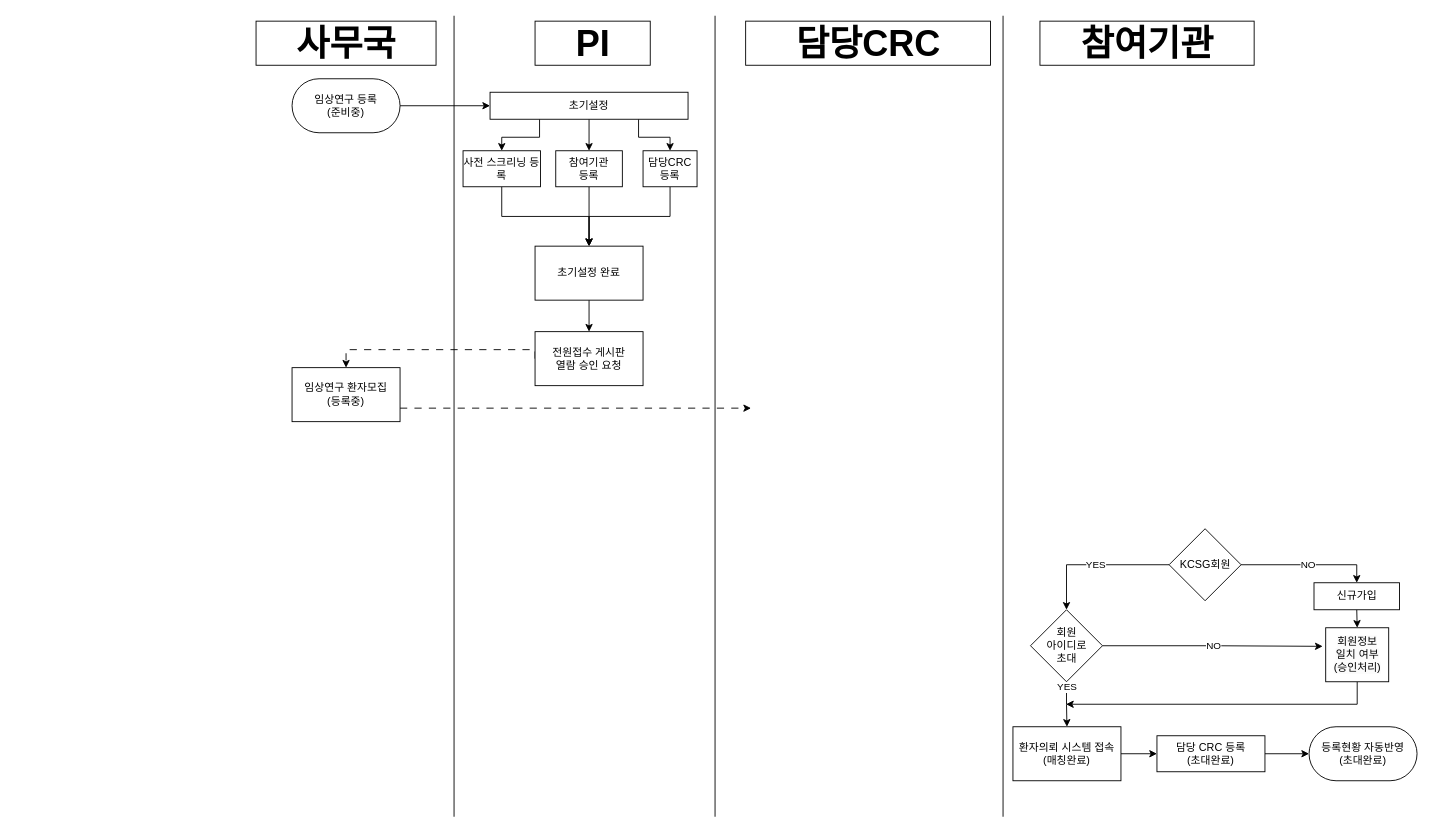
This is page "Process" (1 of 2) of Algo/withSystem.drawio from Mark1237200/Projects, a draw.io file, before an edit. Source tidied: cells renumbered, new cells numbered last; positions are measured from the earlier drawing's top-left corner, leaving out a move shared by most shapes. Both pictures are drawn from the tidied source at 90%, with x=0, y=0 at pixel (292, 15).
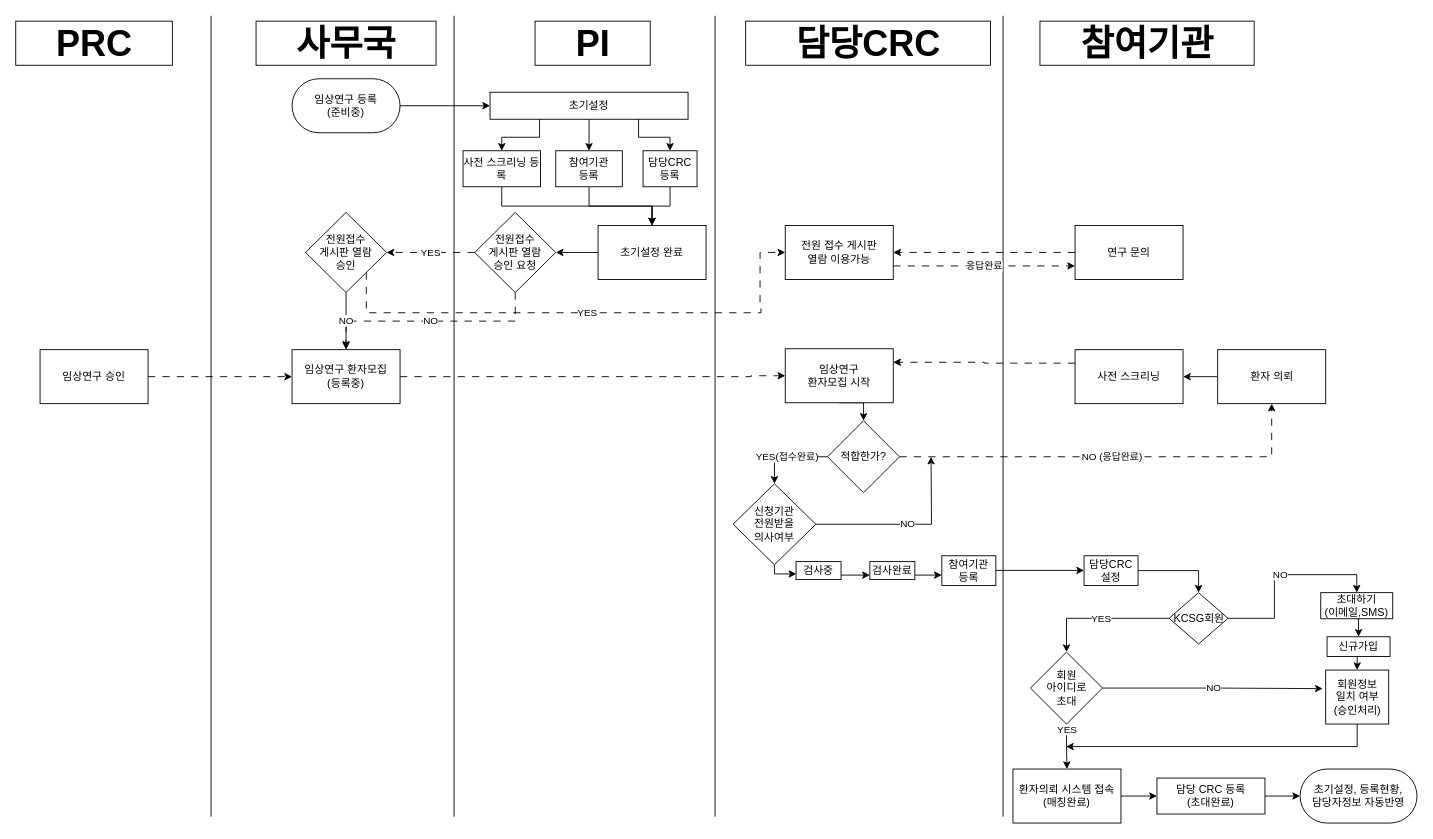
The same diagram, later.

Diff of the diagram source:
```diff
@@
-    <mxCell id="7" style="edgeStyle=orthogonalEdgeStyle;rounded=0;jettySize=auto;html=1;exitX=0.5;exitY=1;exitDx=0;exitDy=0;entryX=0.5;entryY=0;entryDx=0;entryDy=0;" parent="1" edge="1" source="8" target="29">
+    <mxCell id="7" style="edgeStyle=orthogonalEdgeStyle;rounded=0;jettySize=auto;html=1;exitX=0;exitY=0.5;exitDx=0;exitDy=0;entryX=1;entryY=0.5;entryDx=0;entryDy=0;" parent="1" edge="1" source="8" target="29">
       <mxGeometry relative="1" as="geometry" />
     </mxCell>
     <mxCell id="8" value="초기설정 완료" style="rounded=0;whiteSpace=wrap;html=1;" parent="1" vertex="1">
-      <mxGeometry x="270" y="256" width="120" height="60" as="geometry" />
+      <mxGeometry x="340" y="233" width="120" height="60" as="geometry" />
     </mxCell>
-    <mxCell id="9" style="edgeStyle=orthogonalEdgeStyle;rounded=0;jettySize=auto;html=1;exitX=1;exitY=0.75;exitDx=0;exitDy=0;dashed=1;dashPattern=8 8;" parent="1" edge="1" source="10">
+    <mxCell id="9" style="edgeStyle=orthogonalEdgeStyle;rounded=0;jettySize=auto;html=1;exitX=1;exitY=0.5;exitDx=0;exitDy=0;dashed=1;dashPattern=8 8;entryX=0;entryY=0.5;entryDx=0;entryDy=0;" parent="1" edge="1" source="10" target="54">
       <mxGeometry relative="1" as="geometry">
-        <mxPoint x="510" y="436" as="targetPoint" />
         <Array as="points">
-          <mxPoint x="510" y="436" />
+          <mxPoint x="510" y="400" />
         </Array>
       </mxGeometry>
     </mxCell>
     <mxCell id="10" value="임상연구 환자모집&lt;br&gt;(등록중)" style="rounded=0;whiteSpace=wrap;html=1;" parent="1" vertex="1">
-      <mxGeometry y="391" width="120" height="60" as="geometry" />
+      <mxGeometry y="371" width="120" height="60" as="geometry" />
     </mxCell>
@@
-    <mxCell id="13" value="NO" style="edgeStyle=orthogonalEdgeStyle;rounded=0;jettySize=auto;html=1;exitX=1;exitY=0.5;exitDx=0;exitDy=0;entryX=0.5;entryY=0;entryDx=0;entryDy=0;" parent="1" edge="1" source="18" target="17">
-      <mxGeometry relative="1" as="geometry" />
-    </mxCell>
@@
     <mxCell id="15" value="환자의뢰 시스템 접속&lt;br style=&quot;border-color: var(--border-color);&quot;&gt;(매칭완료)" style="whiteSpace=wrap;html=1;" parent="1" vertex="1">
-      <mxGeometry x="801" y="790" width="120" height="60" as="geometry" />
+      <mxGeometry x="801" y="837" width="120" height="60" as="geometry" />
     </mxCell>
@@
     <mxCell id="17" value="신규가입" style="whiteSpace=wrap;html=1;" parent="1" vertex="1">
-      <mxGeometry x="1135.5" y="630" width="95" height="30" as="geometry" />
+      <mxGeometry x="1150" y="690" width="70" height="22" as="geometry" />
     </mxCell>
+    <mxCell id="13" value="NO" style="edgeStyle=orthogonalEdgeStyle;rounded=0;jettySize=auto;html=1;exitX=1;exitY=0.5;exitDx=0;exitDy=0;entryX=0.5;entryY=0;entryDx=0;entryDy=0;" parent="1" edge="1" source="18" target="75">
+      <mxGeometry relative="1" as="geometry" />
+    </mxCell>
     <mxCell id="18" value="KCSG회원" style="rhombus;whiteSpace=wrap;html=1;" parent="1" vertex="1">
-      <mxGeometry x="974.5" y="570" width="80" height="80" as="geometry" />
+      <mxGeometry x="974.5" y="641" width="65.5" height="57" as="geometry" />
     </mxCell>
@@
     <mxCell id="22" value="회원&lt;br&gt;아이디로&lt;br&gt;초대" style="rhombus;whiteSpace=wrap;html=1;" parent="1" vertex="1">
-      <mxGeometry x="820.5" y="660" width="80" height="80" as="geometry" />
+      <mxGeometry x="820.5" y="707" width="80" height="80" as="geometry" />
     </mxCell>
     <mxCell id="23" style="edgeStyle=orthogonalEdgeStyle;rounded=0;jettySize=auto;html=1;exitX=0.5;exitY=1;exitDx=0;exitDy=0;" parent="1" edge="1" source="24">
       <mxGeometry relative="1" as="geometry">
-        <mxPoint x="860" y="765" as="targetPoint" />
+        <mxPoint x="860" y="812" as="targetPoint" />
         <Array as="points">
-          <mxPoint x="1183" y="765" />
+          <mxPoint x="1183" y="812" />
         </Array>
       </mxGeometry>
     </mxCell>
     <mxCell id="24" value="&lt;span style=&quot;color: rgb(0, 0, 0); font-family: Helvetica; font-size: 12px; font-style: normal; font-variant-ligatures: normal; font-variant-caps: normal; font-weight: 400; letter-spacing: normal; orphans: 2; text-align: center; text-indent: 0px; text-transform: none; widows: 2; word-spacing: 0px; -webkit-text-stroke-width: 0px; background-color: rgb(251, 251, 251); text-decoration-thickness: initial; text-decoration-style: initial; text-decoration-color: initial; float: none; display: inline !important;&quot;&gt;회원정보&lt;/span&gt;&lt;br style=&quot;border-color: var(--border-color); color: rgb(0, 0, 0); font-family: Helvetica; font-size: 12px; font-style: normal; font-variant-ligatures: normal; font-variant-caps: normal; font-weight: 400; letter-spacing: normal; orphans: 2; text-align: center; text-indent: 0px; text-transform: none; widows: 2; word-spacing: 0px; -webkit-text-stroke-width: 0px; background-color: rgb(251, 251, 251); text-decoration-thickness: initial; text-decoration-style: initial; text-decoration-color: initial;&quot;&gt;&lt;span style=&quot;color: rgb(0, 0, 0); font-family: Helvetica; font-size: 12px; font-style: normal; font-variant-ligatures: normal; font-variant-caps: normal; font-weight: 400; letter-spacing: normal; orphans: 2; text-align: center; text-indent: 0px; text-transform: none; widows: 2; word-spacing: 0px; -webkit-text-stroke-width: 0px; background-color: rgb(251, 251, 251); text-decoration-thickness: initial; text-decoration-style: initial; text-decoration-color: initial; float: none; display: inline !important;&quot;&gt;일치 여부&lt;/span&gt;&lt;br style=&quot;border-color: var(--border-color); color: rgb(0, 0, 0); font-family: Helvetica; font-size: 12px; font-style: normal; font-variant-ligatures: normal; font-variant-caps: normal; font-weight: 400; letter-spacing: normal; orphans: 2; text-align: center; text-indent: 0px; text-transform: none; widows: 2; word-spacing: 0px; -webkit-text-stroke-width: 0px; background-color: rgb(251, 251, 251); text-decoration-thickness: initial; text-decoration-style: initial; text-decoration-color: initial;&quot;&gt;&lt;span style=&quot;color: rgb(0, 0, 0); font-family: Helvetica; font-size: 12px; font-style: normal; font-variant-ligatures: normal; font-variant-caps: normal; font-weight: 400; letter-spacing: normal; orphans: 2; text-align: center; text-indent: 0px; text-transform: none; widows: 2; word-spacing: 0px; -webkit-text-stroke-width: 0px; background-color: rgb(251, 251, 251); text-decoration-thickness: initial; text-decoration-style: initial; text-decoration-color: initial; float: none; display: inline !important;&quot;&gt;(승인처리)&lt;/span&gt;" style="whiteSpace=wrap;html=1;" parent="1" vertex="1">
-      <mxGeometry x="1148.5" y="680" width="70" height="60" as="geometry" />
+      <mxGeometry x="1148.5" y="727" width="70" height="60" as="geometry" />
     </mxCell>
@@
     <mxCell id="26" value="담당 CRC 등록&lt;br&gt;(초대완료)" style="whiteSpace=wrap;html=1;" parent="1" vertex="1">
-      <mxGeometry x="961" y="800" width="120" height="40" as="geometry" />
+      <mxGeometry x="961" y="847" width="120" height="40" as="geometry" />
     </mxCell>
-    <mxCell id="27" value="등록현황 자동반영&lt;br&gt;(초대완료)" style="rounded=1;whiteSpace=wrap;html=1;arcSize=50;" parent="1" vertex="1">
-      <mxGeometry x="1130" y="790" width="120" height="60" as="geometry" />
+    <mxCell id="27" value="초기설정, 등록현황,&lt;br&gt;담당자정보 자동반영" style="rounded=1;whiteSpace=wrap;html=1;arcSize=50;" parent="1" vertex="1">
+      <mxGeometry x="1120" y="837" width="130" height="60" as="geometry" />
     </mxCell>
-    <mxCell id="28" style="edgeStyle=orthogonalEdgeStyle;rounded=0;jettySize=auto;html=1;exitX=0;exitY=0.5;exitDx=0;exitDy=0;dashed=1;dashPattern=8 8;entryX=0.5;entryY=0;entryDx=0;entryDy=0;" parent="1" edge="1" source="29" target="10">
-      <mxGeometry relative="1" as="geometry">
-        <Array as="points">
-          <mxPoint x="270" y="371" />
-          <mxPoint x="60" y="371" />
-        </Array>
-      </mxGeometry>
-    </mxCell>
-    <mxCell id="29" value="전원접수 게시판&lt;br&gt;열람 승인 요청" style="rounded=0;whiteSpace=wrap;html=1;" parent="1" vertex="1">
-      <mxGeometry x="270" y="351" width="120" height="60" as="geometry" />
-    </mxCell>
@@
+    <mxCell id="42" style="edgeStyle=orthogonalEdgeStyle;rounded=0;jettySize=auto;html=1;exitX=0;exitY=0.5;exitDx=0;exitDy=0;entryX=1;entryY=0.5;entryDx=0;entryDy=0;dashed=1;dashPattern=8 8;" parent="1" edge="1" source="43" target="51">
+      <mxGeometry relative="1" as="geometry" />
+    </mxCell>
+    <mxCell id="43" value="연구 문의" style="rounded=0;whiteSpace=wrap;html=1;" parent="1" vertex="1">
+      <mxGeometry x="870" y="233" width="120" height="60" as="geometry" />
+    </mxCell>
+    <mxCell id="28" value="NO" style="edgeStyle=orthogonalEdgeStyle;rounded=0;jettySize=auto;html=1;exitX=0.5;exitY=1;exitDx=0;exitDy=0;entryX=0.5;entryY=0;entryDx=0;entryDy=0;dashed=1;dashPattern=8 8;" parent="1" edge="1" source="29" target="10">
+      <mxGeometry relative="1" as="geometry" />
+    </mxCell>
+    <mxCell id="44" value="YES" style="edgeStyle=orthogonalEdgeStyle;rounded=0;jettySize=auto;html=1;exitX=0;exitY=0.5;exitDx=0;exitDy=0;dashed=1;dashPattern=8 8;entryX=1;entryY=0.5;entryDx=0;entryDy=0;" parent="1" edge="1" source="29" target="47">
+      <mxGeometry relative="1" as="geometry" />
+    </mxCell>
+    <mxCell id="29" value="전원접수&lt;br&gt;게시판 열람&lt;br&gt;승인 요청" style="rhombus;whiteSpace=wrap;html=1;" parent="1" vertex="1">
+      <mxGeometry x="203" y="218.5" width="90" height="89" as="geometry" />
+    </mxCell>
+    <mxCell id="45" value="NO" style="edgeStyle=orthogonalEdgeStyle;rounded=0;jettySize=auto;html=1;exitX=0.5;exitY=1;exitDx=0;exitDy=0;" parent="1" edge="1" source="47">
+      <mxGeometry relative="1" as="geometry">
+        <mxPoint x="60" y="370" as="targetPoint" />
+      </mxGeometry>
+    </mxCell>
+    <mxCell id="46" value="YES" style="edgeStyle=orthogonalEdgeStyle;rounded=0;jettySize=auto;html=1;exitX=1;exitY=1;exitDx=0;exitDy=0;dashed=1;dashPattern=8 8;entryX=0;entryY=0.5;entryDx=0;entryDy=0;" parent="1" edge="1" source="47" target="51">
+      <mxGeometry relative="1" as="geometry">
+        <Array as="points">
+          <mxPoint x="83" y="330" />
+          <mxPoint x="521" y="330" />
+          <mxPoint x="521" y="320" />
+          <mxPoint x="520" y="320" />
+          <mxPoint x="520" y="263" />
+        </Array>
+      </mxGeometry>
+    </mxCell>
+    <mxCell id="47" value="전원접수&lt;br&gt;게시판 열람&lt;br&gt;승인" style="rhombus;whiteSpace=wrap;html=1;" parent="1" vertex="1">
+      <mxGeometry x="15" y="218.5" width="90" height="89" as="geometry" />
+    </mxCell>
+    <mxCell id="48" style="edgeStyle=orthogonalEdgeStyle;rounded=0;jettySize=auto;html=1;exitX=0;exitY=0.25;exitDx=0;exitDy=0;entryX=1;entryY=0.25;entryDx=0;entryDy=0;dashed=1;dashPattern=8 8;" parent="1" edge="1" source="49" target="54">
+      <mxGeometry relative="1" as="geometry" />
+    </mxCell>
+    <mxCell id="49" value="사전 스크리닝" style="rounded=0;whiteSpace=wrap;html=1;" parent="1" vertex="1">
+      <mxGeometry x="870" y="371" width="120" height="60" as="geometry" />
+    </mxCell>
+    <mxCell id="50" value="응답완료" style="edgeStyle=orthogonalEdgeStyle;rounded=0;jettySize=auto;html=1;exitX=1;exitY=0.75;exitDx=0;exitDy=0;entryX=0;entryY=0.75;entryDx=0;entryDy=0;dashed=1;dashPattern=8 8;" parent="1" edge="1" source="51" target="43">
+      <mxGeometry relative="1" as="geometry" />
+    </mxCell>
+    <mxCell id="51" value="전원 접수 게시판&lt;br&gt;열람 이용가능" style="rounded=0;whiteSpace=wrap;html=1;" parent="1" vertex="1">
+      <mxGeometry x="548" y="233" width="120" height="60" as="geometry" />
+    </mxCell>
+    <mxCell id="52" value="NO (응답완료)" style="edgeStyle=orthogonalEdgeStyle;rounded=0;jettySize=auto;html=1;exitX=1;exitY=0.5;exitDx=0;exitDy=0;entryX=0.5;entryY=1;entryDx=0;entryDy=0;dashed=1;dashPattern=8 8;" parent="1" edge="1" source="58" target="56">
+      <mxGeometry relative="1" as="geometry" />
+    </mxCell>
+    <mxCell id="53" style="edgeStyle=orthogonalEdgeStyle;rounded=0;jettySize=auto;html=1;exitX=0.5;exitY=1;exitDx=0;exitDy=0;entryX=0.5;entryY=0;entryDx=0;entryDy=0;" parent="1" edge="1" source="54" target="58">
+      <mxGeometry relative="1" as="geometry" />
+    </mxCell>
+    <mxCell id="54" value="임상연구&lt;br&gt;환자모집 시작" style="rounded=0;whiteSpace=wrap;html=1;" parent="1" vertex="1">
+      <mxGeometry x="548" y="370" width="120" height="60" as="geometry" />
+    </mxCell>
+    <mxCell id="55" style="edgeStyle=orthogonalEdgeStyle;rounded=0;jettySize=auto;html=1;exitX=0;exitY=0.5;exitDx=0;exitDy=0;entryX=1;entryY=0.5;entryDx=0;entryDy=0;" parent="1" edge="1" source="56" target="49">
+      <mxGeometry relative="1" as="geometry" />
+    </mxCell>
+    <mxCell id="56" value="환자 의뢰" style="rounded=0;whiteSpace=wrap;html=1;" parent="1" vertex="1">
+      <mxGeometry x="1028.5" y="371" width="120" height="60" as="geometry" />
+    </mxCell>
+    <mxCell id="57" value="YES(접수완료)" style="edgeStyle=orthogonalEdgeStyle;rounded=0;jettySize=auto;html=1;exitX=0;exitY=0.5;exitDx=0;exitDy=0;entryX=0.5;entryY=0;entryDx=0;entryDy=0;" parent="1" edge="1" source="58" target="61">
+      <mxGeometry relative="1" as="geometry" />
+    </mxCell>
+    <mxCell id="58" value="적합한가?" style="rhombus;whiteSpace=wrap;html=1;" parent="1" vertex="1">
+      <mxGeometry x="595" y="450" width="80" height="80" as="geometry" />
+    </mxCell>
+    <mxCell id="59" value="NO" style="edgeStyle=orthogonalEdgeStyle;rounded=0;jettySize=auto;html=1;exitX=1;exitY=0.5;exitDx=0;exitDy=0;" parent="1" edge="1" source="61">
+      <mxGeometry relative="1" as="geometry">
+        <mxPoint x="710" y="490" as="targetPoint" />
+      </mxGeometry>
+    </mxCell>
+    <mxCell id="60" style="edgeStyle=orthogonalEdgeStyle;rounded=0;jettySize=auto;html=1;exitX=0.5;exitY=1;exitDx=0;exitDy=0;entryX=0.007;entryY=0.685;entryDx=0;entryDy=0;entryPerimeter=0;" parent="1" edge="1" source="61" target="65">
+      <mxGeometry relative="1" as="geometry">
+        <Array as="points">
+          <mxPoint x="536" y="620" />
+          <mxPoint x="560" y="620" />
+        </Array>
+      </mxGeometry>
+    </mxCell>
+    <mxCell id="61" value="신청기관&lt;br&gt;전원받을&lt;br&gt;의사여부" style="rhombus;whiteSpace=wrap;html=1;" parent="1" vertex="1">
+      <mxGeometry x="490" y="520" width="92" height="90" as="geometry" />
+    </mxCell>
+    <mxCell id="62" style="edgeStyle=orthogonalEdgeStyle;rounded=0;jettySize=auto;html=1;exitX=1;exitY=0.75;exitDx=0;exitDy=0;entryX=-0.001;entryY=0.655;entryDx=0;entryDy=0;entryPerimeter=0;" parent="1" edge="1" source="63" target="67">
+      <mxGeometry relative="1" as="geometry" />
+    </mxCell>
+    <mxCell id="63" value="검사완료" style="rounded=0;whiteSpace=wrap;html=1;" parent="1" vertex="1">
+      <mxGeometry x="642" y="606.5" width="50" height="20" as="geometry" />
+    </mxCell>
+    <mxCell id="64" style="edgeStyle=orthogonalEdgeStyle;rounded=0;jettySize=auto;html=1;exitX=1;exitY=0.75;exitDx=0;exitDy=0;entryX=0;entryY=0.75;entryDx=0;entryDy=0;" parent="1" edge="1" source="65" target="63">
+      <mxGeometry relative="1" as="geometry" />
+    </mxCell>
+    <mxCell id="65" value="검사중" style="rounded=0;whiteSpace=wrap;html=1;" parent="1" vertex="1">
+      <mxGeometry x="560" y="606.5" width="50" height="20" as="geometry" />
+    </mxCell>
+    <mxCell id="66" style="edgeStyle=orthogonalEdgeStyle;rounded=0;orthogonalLoop=1;jettySize=auto;html=1;exitX=1;exitY=0.75;exitDx=0;exitDy=0;" parent="1" edge="1">
+      <mxGeometry relative="1" as="geometry">
+        <mxPoint x="782" y="616.3" as="sourcePoint" />
+        <mxPoint x="880" y="616.3" as="targetPoint" />
+      </mxGeometry>
+    </mxCell>
+    <mxCell id="67" value="참여기관&lt;br&gt;등록" style="rounded=0;whiteSpace=wrap;html=1;" parent="1" vertex="1">
+      <mxGeometry x="722" y="600" width="60" height="33" as="geometry" />
+    </mxCell>
+    <mxCell id="68" style="endArrow=none;html=1;rounded=0;" parent="1" edge="1">
+      <mxGeometry relative="1" as="geometry">
+        <mxPoint x="-90" y="890" as="sourcePoint" />
+        <mxPoint x="-90" as="targetPoint" />
+      </mxGeometry>
+    </mxCell>
+    <mxCell id="69" value="&amp;nbsp; &amp;nbsp; PRC&amp;nbsp; &amp;nbsp;&amp;nbsp;" style="text;strokeColor=none;fillColor=none;html=1;fontSize=40;fontStyle=1;verticalAlign=middle;align=center;labelBackgroundColor=#ffffff;labelBorderColor=default;" parent="1" vertex="1">
+      <mxGeometry x="-270" y="10" width="100" height="40" as="geometry" />
+    </mxCell>
+    <mxCell id="70" style="edgeStyle=orthogonalEdgeStyle;rounded=0;jettySize=auto;html=1;exitX=1;exitY=0.5;exitDx=0;exitDy=0;entryX=0;entryY=0.5;entryDx=0;entryDy=0;dashed=1;dashPattern=8 8;" parent="1" edge="1" source="71" target="10">
+      <mxGeometry relative="1" as="geometry" />
+    </mxCell>
+    <mxCell id="71" value="임상연구 승인" style="rounded=0;whiteSpace=wrap;html=1;" parent="1" vertex="1">
+      <mxGeometry x="-280" y="371" width="120" height="60" as="geometry" />
+    </mxCell>
+    <mxCell id="72" style="edgeStyle=orthogonalEdgeStyle;rounded=0;jettySize=auto;html=1;exitX=1;exitY=0.5;exitDx=0;exitDy=0;entryX=0.5;entryY=0;entryDx=0;entryDy=0;" parent="1" edge="1" source="73" target="18">
+      <mxGeometry relative="1" as="geometry" />
+    </mxCell>
+    <mxCell id="73" value="담당CRC 설정" style="rounded=0;whiteSpace=wrap;html=1;" parent="1" vertex="1">
+      <mxGeometry x="880" y="600" width="60" height="33" as="geometry" />
+    </mxCell>
+    <mxCell id="74" style="edgeStyle=orthogonalEdgeStyle;rounded=0;jettySize=auto;html=1;exitX=0.5;exitY=1;exitDx=0;exitDy=0;entryX=0.5;entryY=0;entryDx=0;entryDy=0;" parent="1" edge="1" source="75" target="17">
+      <mxGeometry relative="1" as="geometry" />
+    </mxCell>
+    <mxCell id="75" value="초대하기&lt;br&gt;(이메일,SMS)" style="rounded=0;whiteSpace=wrap;html=1;" parent="1" vertex="1">
+      <mxGeometry x="1143" y="641" width="80" height="29" as="geometry" />
+    </mxCell>
```
